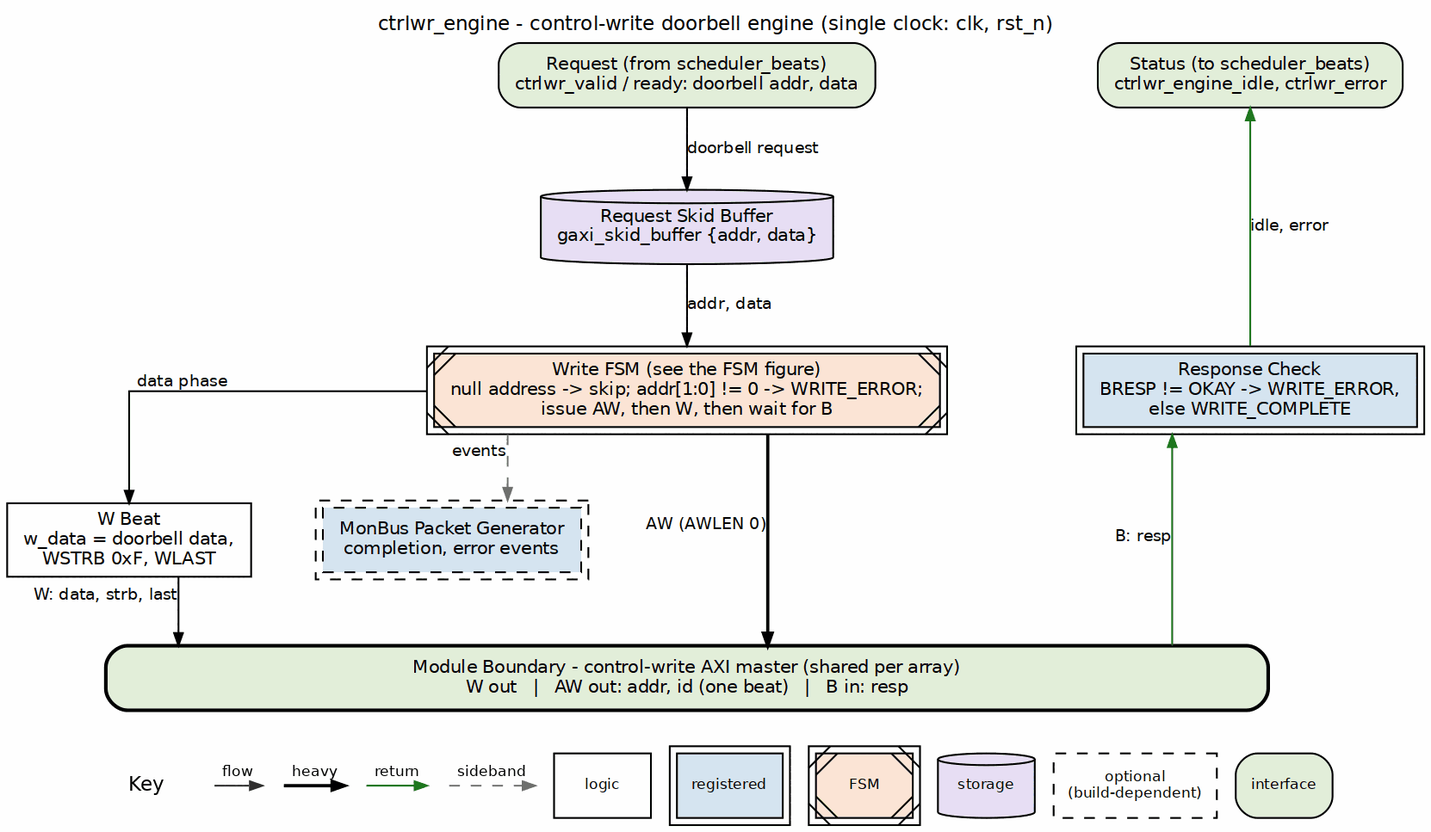
This is projects/components/dma-ip/rapids/docs/rapids_beats_mas/assets/graphviz/09_ctrlwr_engine.png from sean-galloway/RTLDesignSherpa, a Graphviz export, as it was before one commit. Its source is kept beside it as projects/components/dma-ip/rapids/docs/rapids_beats_mas/assets/graphviz/09_ctrlwr_engine.dot.
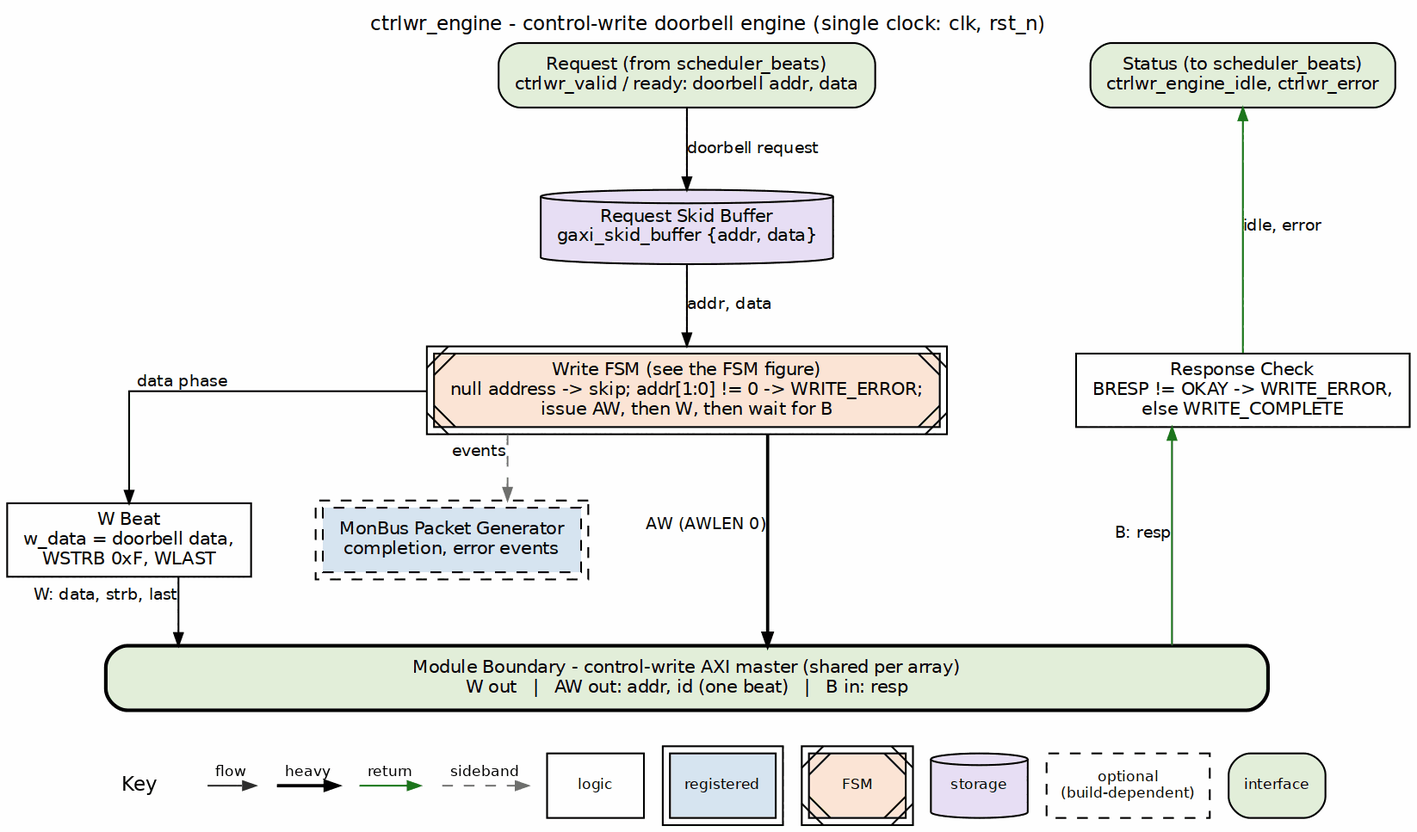
Above is the later version.

What changed in the source:
```diff
@@ -13,7 +13,7 @@
     skid [label="Request Skid Buffer\ngaxi_skid_buffer {addr, data}", group=C, shape=cylinder, style="filled", fillcolor="#E8DFF5"];
     fsm  [label="Write FSM (see the FSM figure)\nnull address -> skip; addr[1:0] != 0 -> WRITE_ERROR;\nissue AW, then W, then wait for B", group=C, peripheries=2, style="filled,diagonals", fillcolor="#FCE4D6"];
     wbeat [label="W Beat\nw_data = doorbell data,\nWSTRB 0xF, WLAST", group=L, style="filled", fillcolor="white"];
-    resp [label="Response Check\nBRESP != OKAY -> WRITE_ERROR,\nelse WRITE_COMPLETE", group=R, peripheries=2, style="filled", fillcolor="#D6E4F0"];
+    resp [label="Response Check\nBRESP != OKAY -> WRITE_ERROR,\nelse WRITE_COMPLETE", group=R, style="filled", fillcolor="white"];
     mon  [label="MonBus Packet Generator\ncompletion, error events", style="filled,dashed", group=R2, peripheries=2, style="filled,dashed", fillcolor="#D6E4F0"];
 
     bar  [label="Module Boundary - control-write AXI master (shared per array)\nW out   |   AW out: addr, id (one beat)   |   B in: resp", fillcolor="white", width=9.0, group=C, style="rounded,filled,bold", fillcolor="#E2EFDA"];
```
